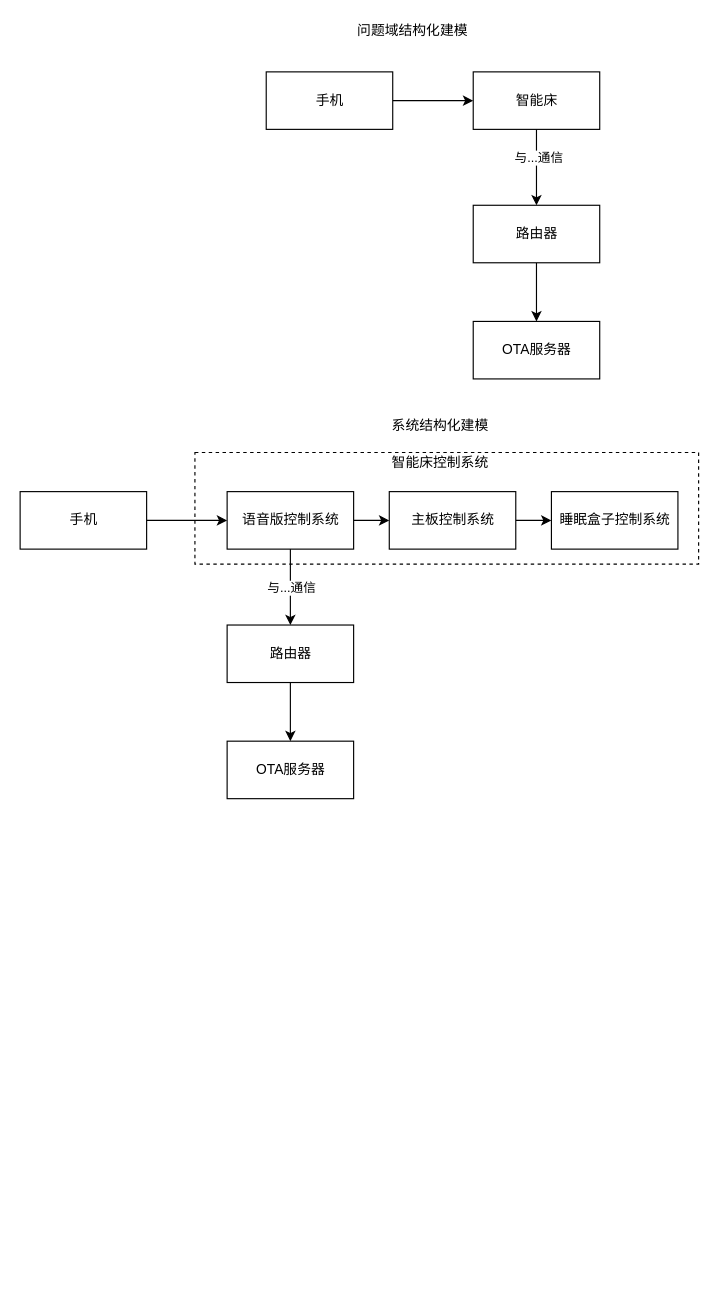
Above: sb_ota.drawio in jasonactions/graph (draw.io), before the change. Source tidied: cells renumbered, new cells numbered last; positions are measured from the earlier drawing's top-left corner, leaving out a move shared by most shapes. Both pictures are drawn from the tidied source at 115%, with x=0, y=0 at pixel (20, 20).
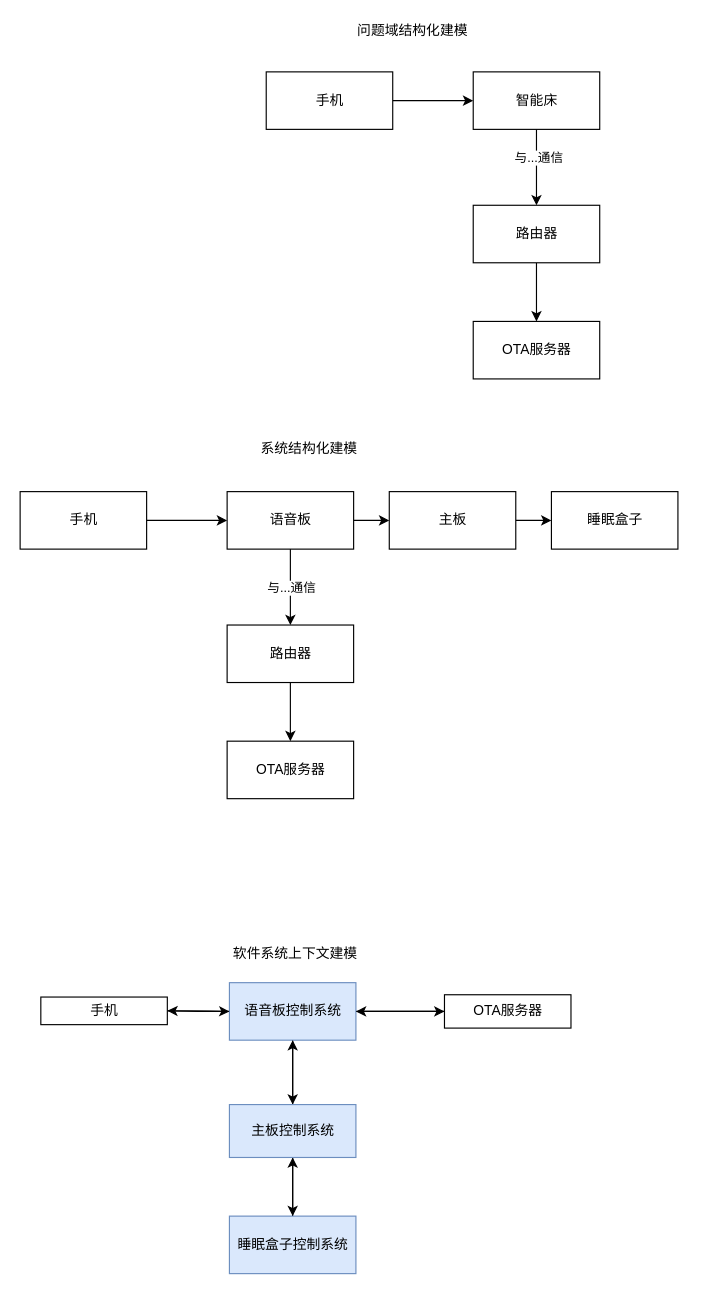
Above is the later version.

What changed in the source:
```diff
@@
-    <mxCell id="2" style="rounded=0;whiteSpace=wrap;html=1;dashed=1;" parent="1" vertex="1">
-      <mxGeometry x="152" y="376" width="438" height="97" as="geometry" />
-    </mxCell>
@@
-    <mxCell id="15" value="语音版控制系统" style="html=1;" parent="1" vertex="1">
+    <mxCell id="15" value="语音板" style="html=1;" parent="1" vertex="1">
       <mxGeometry x="180" y="410" width="110" height="50" as="geometry" />
     </mxCell>
@@
     <mxCell id="21" value="系统结构化建模" style="text;html=1;align=center;verticalAlign=middle;strokeColor=none;fillColor=none;" parent="1" vertex="1">
-      <mxGeometry x="318" y="344" width="94" height="18" as="geometry" />
+      <mxGeometry x="204" y="364" width="94" height="18" as="geometry" />
     </mxCell>
@@
-    <mxCell id="23" value="主板控制系统" style="html=1;" parent="1" vertex="1">
+    <mxCell id="23" value="主板" style="html=1;" parent="1" vertex="1">
       <mxGeometry x="321" y="410" width="110" height="50" as="geometry" />
     </mxCell>
-    <mxCell id="24" value="睡眠盒子控制系统" style="html=1;" parent="1" vertex="1">
+    <mxCell id="24" value="睡眠盒子" style="html=1;" parent="1" vertex="1">
       <mxGeometry x="462" y="410" width="110" height="50" as="geometry" />
     </mxCell>
-    <mxCell id="25" value="智能床控制系统" style="text;html=1;align=center;verticalAlign=middle;strokeColor=none;fillColor=none;" parent="1" vertex="1">
-      <mxGeometry x="318" y="376" width="94" height="18" as="geometry" />
-    </mxCell>
+    <mxCell id="26" style="edgeStyle=orthogonalEdgeStyle;rounded=1;jettySize=auto;html=1;entryX=0;entryY=0.5;entryDx=0;entryDy=0;" parent="1" edge="1" source="29" target="36">
+      <mxGeometry relative="1" as="geometry" />
+    </mxCell>
+    <mxCell id="27" style="edgeStyle=orthogonalEdgeStyle;rounded=1;jettySize=auto;html=1;" parent="1" edge="1" source="29" target="34">
+      <mxGeometry relative="1" as="geometry" />
+    </mxCell>
+    <mxCell id="28" style="edgeStyle=orthogonalEdgeStyle;rounded=1;jettySize=auto;html=1;entryX=1;entryY=0.5;entryDx=0;entryDy=0;" parent="1" edge="1" source="29" target="38">
+      <mxGeometry relative="1" as="geometry" />
+    </mxCell>
+    <mxCell id="29" value="语音板控制系统" style="html=1;fillColor=#dae8fc;strokeColor=#6c8ebf;" parent="1" vertex="1">
+      <mxGeometry x="182" y="837" width="110" height="50" as="geometry" />
+    </mxCell>
+    <mxCell id="30" style="edgeStyle=orthogonalEdgeStyle;rounded=1;jettySize=auto;html=1;entryX=0.5;entryY=1;entryDx=0;entryDy=0;" parent="1" edge="1" source="31" target="34">
+      <mxGeometry relative="1" as="geometry" />
+    </mxCell>
+    <mxCell id="31" value="睡眠盒子控制系统" style="html=1;fillColor=#dae8fc;strokeColor=#6c8ebf;" parent="1" vertex="1">
+      <mxGeometry x="182" y="1040" width="110" height="50" as="geometry" />
+    </mxCell>
+    <mxCell id="32" style="edgeStyle=orthogonalEdgeStyle;rounded=1;jettySize=auto;html=1;entryX=0.5;entryY=1;entryDx=0;entryDy=0;" parent="1" edge="1" source="34" target="29">
+      <mxGeometry relative="1" as="geometry" />
+    </mxCell>
+    <mxCell id="33" style="edgeStyle=orthogonalEdgeStyle;rounded=1;jettySize=auto;html=1;" parent="1" edge="1" source="34" target="31">
+      <mxGeometry relative="1" as="geometry" />
+    </mxCell>
+    <mxCell id="34" value="主板控制系统" style="html=1;fillColor=#dae8fc;strokeColor=#6c8ebf;" parent="1" vertex="1">
+      <mxGeometry x="182" y="943" width="110" height="46" as="geometry" />
+    </mxCell>
+    <mxCell id="35" style="edgeStyle=orthogonalEdgeStyle;rounded=1;jettySize=auto;html=1;entryX=1;entryY=0.5;entryDx=0;entryDy=0;" parent="1" edge="1" source="36" target="29">
+      <mxGeometry relative="1" as="geometry" />
+    </mxCell>
+    <mxCell id="36" value="OTA服务器" style="html=1;" parent="1" vertex="1">
+      <mxGeometry x="369" y="847.5" width="110" height="29" as="geometry" />
+    </mxCell>
+    <mxCell id="37" style="edgeStyle=orthogonalEdgeStyle;rounded=1;jettySize=auto;html=1;entryX=0;entryY=0.5;entryDx=0;entryDy=0;" parent="1" edge="1" source="38" target="29">
+      <mxGeometry relative="1" as="geometry" />
+    </mxCell>
+    <mxCell id="38" value="手机" style="html=1;" parent="1" vertex="1">
+      <mxGeometry x="18" y="849.5" width="110" height="24" as="geometry" />
+    </mxCell>
+    <mxCell id="39" value="软件系统上下文建模" style="text;html=1;align=center;verticalAlign=middle;strokeColor=none;fillColor=none;" parent="1" vertex="1">
+      <mxGeometry x="180" y="803" width="118" height="18" as="geometry" />
+    </mxCell>
```
